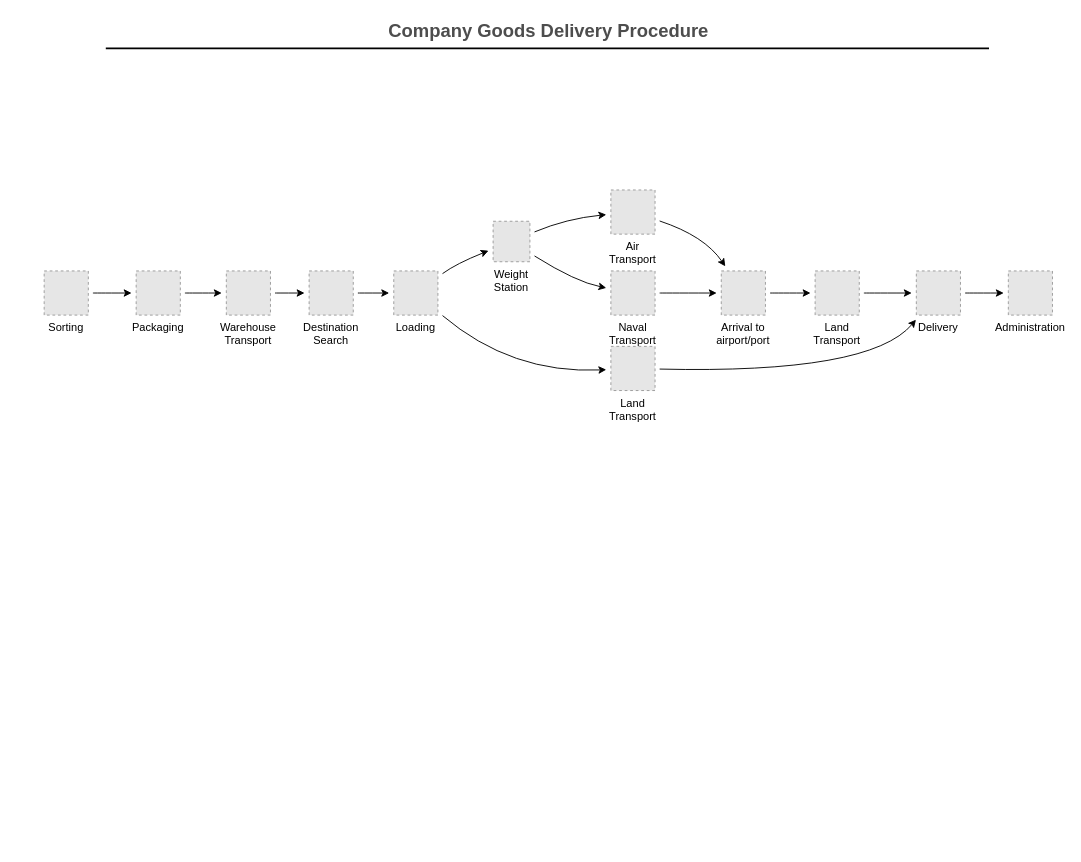
Above: map/boot.drawio in msqtt/Sources (draw.io), before the change. Source tidied: cells renumbered, new cells numbered last; positions are measured from the earlier drawing's top-left corner, leaving out a move shared by most shapes. Both pictures are drawn from the tidied source at 92%, with x=0, y=0 at pixel (43, 16). Pictures stored in the file or linked from it are replaced by grey dashed boxes.
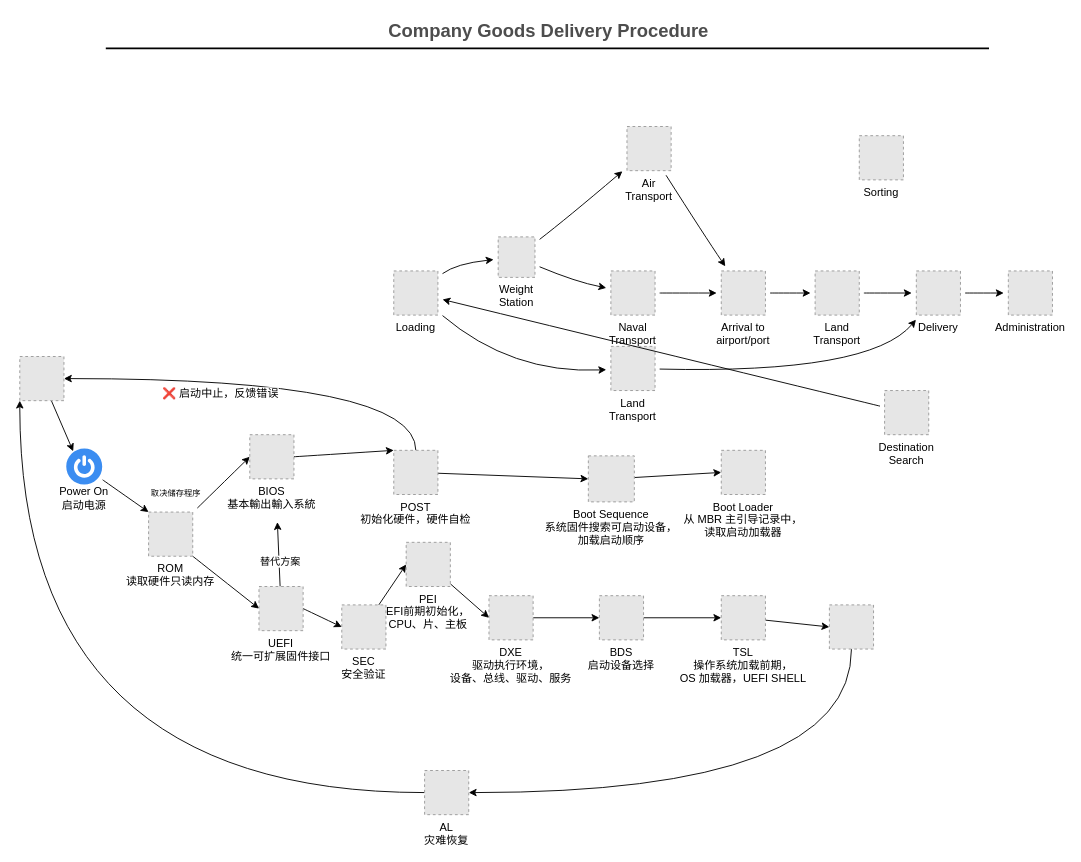
After the change.

The edit, as a diff of the source:
```diff
@@
-    <mxCell id="2" style="jettySize=auto;html=1;curved=1;sourcePerimeterSpacing=5;targetPerimeterSpacing=5;" parent="1" edge="1" source="3" target="16">
+    <mxCell id="2" style="jettySize=auto;html=1;curved=1;sourcePerimeterSpacing=5;targetPerimeterSpacing=5;exitX=1;exitY=0.5;exitDx=0;exitDy=0;entryX=0;entryY=0;entryDx=0;entryDy=0;" parent="1" edge="1" source="47" target="43">
       <mxGeometry relative="1" as="geometry" />
     </mxCell>
-    <mxCell id="3" value="Warehouse&#10;Transport" style="fillColor=#E6E6E6;strokeColor=#999999;dashed=1;verticalLabelPosition=bottom;verticalAlign=top;" parent="1" vertex="1">
-      <mxGeometry x="198.5" y="277" width="48" height="48" as="geometry" />
-    </mxCell>
-    <mxCell id="4" style="jettySize=auto;html=1;curved=1;sourcePerimeterSpacing=5;targetPerimeterSpacing=5;" parent="1" edge="1" source="5" target="14">
-      <mxGeometry relative="1" as="geometry" />
-    </mxCell>
     <mxCell id="5" value="Sorting" style="fillColor=#E6E6E6;strokeColor=#999999;dashed=1;verticalLabelPosition=bottom;verticalAlign=top;" parent="1" vertex="1">
-      <mxGeometry x="0.5" y="277" width="48" height="48" as="geometry" />
+      <mxGeometry x="886.5" y="130" width="48" height="48" as="geometry" />
     </mxCell>
@@
     <mxCell id="9" value="Air&#10;Transport" style="fillColor=#E6E6E6;strokeColor=#999999;dashed=1;verticalLabelPosition=bottom;verticalAlign=top;" parent="1" vertex="1">
-      <mxGeometry x="616.5" y="189" width="48" height="48" as="geometry" />
+      <mxGeometry x="634" y="120" width="48" height="48" as="geometry" />
     </mxCell>
@@
-    <mxCell id="13" style="jettySize=auto;html=1;curved=1;sourcePerimeterSpacing=5;targetPerimeterSpacing=5;" parent="1" edge="1" source="14" target="3">
+    <mxCell id="13" style="jettySize=auto;html=1;curved=1;sourcePerimeterSpacing=5;targetPerimeterSpacing=5;entryX=0;entryY=0.5;entryDx=0;entryDy=0;" parent="1" edge="1" source="14" target="47">
       <mxGeometry relative="1" as="geometry" />
     </mxCell>
-    <mxCell id="14" value="Packaging" style="fillColor=#E6E6E6;strokeColor=#999999;dashed=1;verticalLabelPosition=bottom;verticalAlign=top;" parent="1" vertex="1">
-      <mxGeometry x="100.5" y="277" width="48" height="48" as="geometry" />
+    <mxCell id="14" value="ROM&#10;读取硬件只读内存" style="fillColor=#E6E6E6;strokeColor=#999999;dashed=1;verticalLabelPosition=bottom;verticalAlign=top;" parent="1" vertex="1">
+      <mxGeometry x="114" y="539.1" width="48" height="48" as="geometry" />
     </mxCell>
@@
     <mxCell id="16" value="Destination&#10;Search" style="fillColor=#E6E6E6;strokeColor=#999999;dashed=1;verticalLabelPosition=bottom;verticalAlign=top;" parent="1" vertex="1">
-      <mxGeometry x="288.5" y="277" width="48" height="48" as="geometry" />
+      <mxGeometry x="914" y="407" width="48" height="48" as="geometry" />
     </mxCell>
@@
     <mxCell id="21" value="Weight&#10;Station" style="fillColor=#E6E6E6;strokeColor=#999999;dashed=1;verticalLabelPosition=bottom;verticalAlign=top;" parent="1" vertex="1">
-      <mxGeometry x="488.5" y="223" width="40" height="44" as="geometry" />
+      <mxGeometry x="494" y="240" width="40" height="44" as="geometry" />
     </mxCell>
@@
+    <mxCell id="31" style="curved=1;endArrow=classic;html=1;rounded=0;entryX=0;entryY=0;entryDx=0;entryDy=0;exitX=1.012;exitY=0.871;exitDx=0;exitDy=0;exitPerimeter=0;" parent="1" edge="1" source="33" target="14">
+      <mxGeometry relative="1" as="geometry" />
+    </mxCell>
+    <mxCell id="32" style="group;" parent="1" vertex="1">
+      <mxGeometry x="-6" y="470" width="100" height="90" as="geometry" />
+    </mxCell>
+    <mxCell id="33" style="sketch=0;html=1;strokeColor=none;shadow=0;align=center;verticalAlign=top;fillColor=#3B8DF1;shape=mxgraph.gcp2.a7_power;" parent="32" vertex="1">
+      <mxGeometry x="30.5" width="39.1" height="39.1" as="geometry" />
+    </mxCell>
+    <mxCell id="34" value="&lt;div&gt;Power On&lt;/div&gt;&lt;div&gt;启动电源&lt;br&gt;&lt;/div&gt;" style="text;html=1;strokeColor=none;fillColor=none;align=center;verticalAlign=middle;whiteSpace=wrap;rounded=0;" parent="32" vertex="1">
+      <mxGeometry x="10" y="39" width="80" height="30.9" as="geometry" />
+    </mxCell>
+    <mxCell id="35" style="rounded=0;jettySize=auto;html=1;" parent="1" edge="1" source="37">
+      <mxGeometry relative="1" as="geometry">
+        <mxPoint x="254" y="550" as="targetPoint" />
+      </mxGeometry>
+    </mxCell>
+    <mxCell id="36" value="替代方案" style="edgeLabel;html=1;align=center;verticalAlign=middle;" parent="35" vertex="1">
+      <mxGeometry x="-0.22" y="-1" relative="1" as="geometry" />
+    </mxCell>
+    <mxCell id="37" value="UEFI&#10;统一可扩展固件接口" style="fillColor=#E6E6E6;strokeColor=#999999;dashed=1;verticalLabelPosition=bottom;verticalAlign=top;" parent="1" vertex="1">
+      <mxGeometry x="234" y="620" width="48" height="48" as="geometry" />
+    </mxCell>
+    <mxCell id="38" style="jettySize=auto;html=1;curved=1;sourcePerimeterSpacing=5;targetPerimeterSpacing=5;entryX=0;entryY=0.5;entryDx=0;entryDy=0;exitX=1;exitY=1;exitDx=0;exitDy=0;" parent="1" edge="1" source="14" target="37">
+      <mxGeometry relative="1" as="geometry" />
+    </mxCell>
+    <mxCell id="39" value="&lt;font style=&quot;font-size: 11px;&quot;&gt;&lt;font style=&quot;font-size: 9px;&quot;&gt;取决储存程序&lt;/font&gt;&lt;/font&gt;" style="text;html=1;strokeColor=none;fillColor=none;align=center;verticalAlign=middle;whiteSpace=wrap;rounded=0;" parent="1" vertex="1">
+      <mxGeometry x="114" y="503" width="60" height="30" as="geometry" />
+    </mxCell>
+    <mxCell id="40" style="rounded=0;jettySize=auto;html=1;entryX=0;entryY=0.5;entryDx=0;entryDy=0;fontSize=12;" parent="1" edge="1" source="43" target="46">
+      <mxGeometry relative="1" as="geometry" />
+    </mxCell>
+    <mxCell id="41" style="edgeStyle=orthogonalEdgeStyle;curved=1;rounded=0;jettySize=auto;html=1;fontSize=12;entryX=1;entryY=0.5;entryDx=0;entryDy=0;" parent="1" edge="1" source="43" target="49">
+      <mxGeometry relative="1" as="geometry">
+        <Array as="points">
+          <mxPoint x="405" y="394" />
+        </Array>
+      </mxGeometry>
+    </mxCell>
+    <mxCell id="42" value="❌ 启动中止，反馈错误" style="edgeLabel;html=1;align=center;verticalAlign=middle;fontSize=12;" parent="41" vertex="1">
+      <mxGeometry x="0.27" y="16" relative="1" as="geometry">
+        <mxPoint x="1" as="offset" />
+      </mxGeometry>
+    </mxCell>
+    <mxCell id="43" value="POST&#10;初始化硬件，硬件自检" style="fillColor=#E6E6E6;strokeColor=#999999;dashed=1;verticalLabelPosition=bottom;verticalAlign=top;fontSize=12;" parent="1" vertex="1">
+      <mxGeometry x="380.5" y="472" width="48" height="48" as="geometry" />
+    </mxCell>
+    <mxCell id="44" style="jettySize=auto;html=1;curved=1;sourcePerimeterSpacing=5;targetPerimeterSpacing=5;exitX=1;exitY=0.5;exitDx=0;exitDy=0;entryX=0;entryY=0.5;entryDx=0;entryDy=0;" parent="1" edge="1" source="37" target="52">
+      <mxGeometry relative="1" as="geometry" />
+    </mxCell>
+    <mxCell id="45" style="rounded=0;jettySize=auto;html=1;entryX=0;entryY=0.5;entryDx=0;entryDy=0;fontSize=12;" parent="1" edge="1" source="46" target="50">
+      <mxGeometry relative="1" as="geometry" />
+    </mxCell>
+    <mxCell id="46" value="Boot Sequence&#10;系统固件搜索可启动设备，&#10;加载启动顺序&#10;" style="fillColor=#E6E6E6;strokeColor=#999999;dashed=1;verticalLabelPosition=bottom;verticalAlign=top;fontSize=12;" parent="1" vertex="1">
+      <mxGeometry x="592" y="478" width="50" height="50" as="geometry" />
+    </mxCell>
+    <mxCell id="47" value="BIOS&#10;基本輸出輸入系統" style="fillColor=#E6E6E6;strokeColor=#999999;dashed=1;verticalLabelPosition=bottom;verticalAlign=top;fontSize=12;" parent="1" vertex="1">
+      <mxGeometry x="224" y="455" width="48" height="48" as="geometry" />
+    </mxCell>
+    <mxCell id="48" style="edgeStyle=none;rounded=0;jettySize=auto;html=1;entryX=0.193;entryY=0.077;entryDx=0;entryDy=0;entryPerimeter=0;fontSize=12;" parent="1" edge="1" source="49" target="33">
+      <mxGeometry relative="1" as="geometry" />
+    </mxCell>
+    <mxCell id="49" style="fillColor=#E6E6E6;strokeColor=#999999;dashed=1;verticalLabelPosition=bottom;verticalAlign=top;fontSize=12;" parent="1" vertex="1">
+      <mxGeometry x="-26" y="370" width="48" height="48" as="geometry" />
+    </mxCell>
+    <mxCell id="50" value="Boot Loader&#10;从 MBR 主引导记录中，&#10;读取启动加载器" style="fillColor=#E6E6E6;strokeColor=#999999;dashed=1;verticalLabelPosition=bottom;verticalAlign=top;fontSize=12;" parent="1" vertex="1">
+      <mxGeometry x="736.5" y="472" width="48" height="48" as="geometry" />
+    </mxCell>
+    <mxCell id="51" style="edgeStyle=none;rounded=0;jettySize=auto;html=1;entryX=0;entryY=0.5;entryDx=0;entryDy=0;fontSize=12;" parent="1" edge="1" source="52" target="56">
+      <mxGeometry relative="1" as="geometry" />
+    </mxCell>
+    <mxCell id="52" value="SEC&#10;安全验证&#10;" style="fillColor=#E6E6E6;strokeColor=#999999;dashed=1;verticalLabelPosition=bottom;verticalAlign=top;fontSize=12;" parent="1" vertex="1">
+      <mxGeometry x="324" y="640" width="48" height="48" as="geometry" />
+    </mxCell>
+    <mxCell id="53" style="edgeStyle=none;rounded=0;jettySize=auto;html=1;entryX=0;entryY=0.5;entryDx=0;entryDy=0;fontSize=12;" parent="1" edge="1" source="54" target="58">
+      <mxGeometry relative="1" as="geometry" />
+    </mxCell>
+    <mxCell id="54" value="DXE&#10;驱动执行环境，&#10;设备、总线、驱动、服务&#10;" style="fillColor=#E6E6E6;strokeColor=#999999;dashed=1;verticalLabelPosition=bottom;verticalAlign=top;fontSize=12;" parent="1" vertex="1">
+      <mxGeometry x="484" y="630" width="48" height="48" as="geometry" />
+    </mxCell>
+    <mxCell id="55" style="edgeStyle=none;rounded=0;jettySize=auto;html=1;entryX=0;entryY=0.5;entryDx=0;entryDy=0;fontSize=12;" parent="1" edge="1" source="56" target="54">
+      <mxGeometry relative="1" as="geometry" />
+    </mxCell>
+    <mxCell id="56" value="PEI&#10;EFI前期初始化，&#10;CPU、片、主板&#10;" style="fillColor=#E6E6E6;strokeColor=#999999;dashed=1;verticalLabelPosition=bottom;verticalAlign=top;fontSize=12;" parent="1" vertex="1">
+      <mxGeometry x="394" y="572" width="48" height="48" as="geometry" />
+    </mxCell>
+    <mxCell id="57" style="edgeStyle=none;rounded=0;jettySize=auto;html=1;entryX=0;entryY=0.5;entryDx=0;entryDy=0;fontSize=12;" parent="1" edge="1" source="58" target="60">
+      <mxGeometry relative="1" as="geometry" />
+    </mxCell>
+    <mxCell id="58" value="BDS&#10;启动设备选择&#10;&#10;&#10;" style="fillColor=#E6E6E6;strokeColor=#999999;dashed=1;verticalLabelPosition=bottom;verticalAlign=top;fontSize=12;" parent="1" vertex="1">
+      <mxGeometry x="604" y="630" width="48" height="48" as="geometry" />
+    </mxCell>
+    <mxCell id="59" style="edgeStyle=none;rounded=0;jettySize=auto;html=1;entryX=0;entryY=0.5;entryDx=0;entryDy=0;fontSize=12;" parent="1" edge="1" source="60" target="62">
+      <mxGeometry relative="1" as="geometry" />
+    </mxCell>
+    <mxCell id="60" value="TSL&#10;操作系统加载前期，&#10;OS 加载器，UEFI SHELL&#10;" style="fillColor=#E6E6E6;strokeColor=#999999;dashed=1;verticalLabelPosition=bottom;verticalAlign=top;fontSize=12;" parent="1" vertex="1">
+      <mxGeometry x="736.5" y="630" width="48" height="48" as="geometry" />
+    </mxCell>
+    <mxCell id="61" style="edgeStyle=orthogonalEdgeStyle;curved=1;rounded=0;jettySize=auto;html=1;entryX=1;entryY=0.5;entryDx=0;entryDy=0;fontSize=12;" parent="1" edge="1" source="62" target="64">
+      <mxGeometry relative="1" as="geometry">
+        <Array as="points">
+          <mxPoint x="878" y="844" />
+        </Array>
+      </mxGeometry>
+    </mxCell>
+    <mxCell id="62" style="fillColor=#E6E6E6;strokeColor=#999999;dashed=1;verticalLabelPosition=bottom;verticalAlign=top;fontSize=12;" parent="1" vertex="1">
+      <mxGeometry x="854" y="640" width="48" height="48" as="geometry" />
+    </mxCell>
+    <mxCell id="63" style="edgeStyle=orthogonalEdgeStyle;curved=1;rounded=0;jettySize=auto;html=1;entryX=0;entryY=1;entryDx=0;entryDy=0;fontSize=12;" parent="1" edge="1" source="64" target="49">
+      <mxGeometry relative="1" as="geometry" />
+    </mxCell>
+    <mxCell id="64" value="AL&#10;灾难恢复&#10;" style="fillColor=#E6E6E6;strokeColor=#999999;dashed=1;verticalLabelPosition=bottom;verticalAlign=top;fontSize=12;" parent="1" vertex="1">
+      <mxGeometry x="414" y="820" width="48" height="48" as="geometry" />
+    </mxCell>
```
